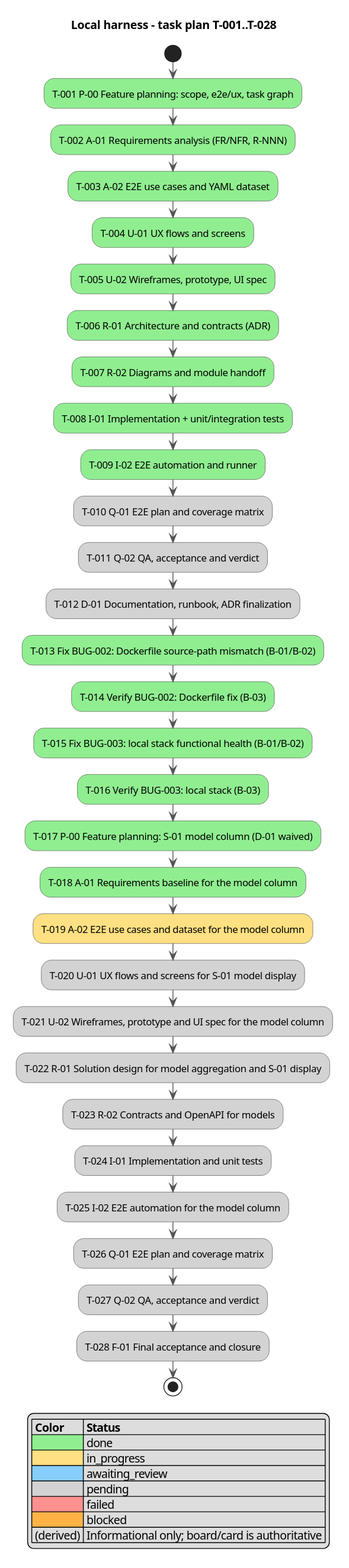
This is docs/activity.svg from serge-sasov/ai-task-tracker, a PlantUML export, as it was before one commit.
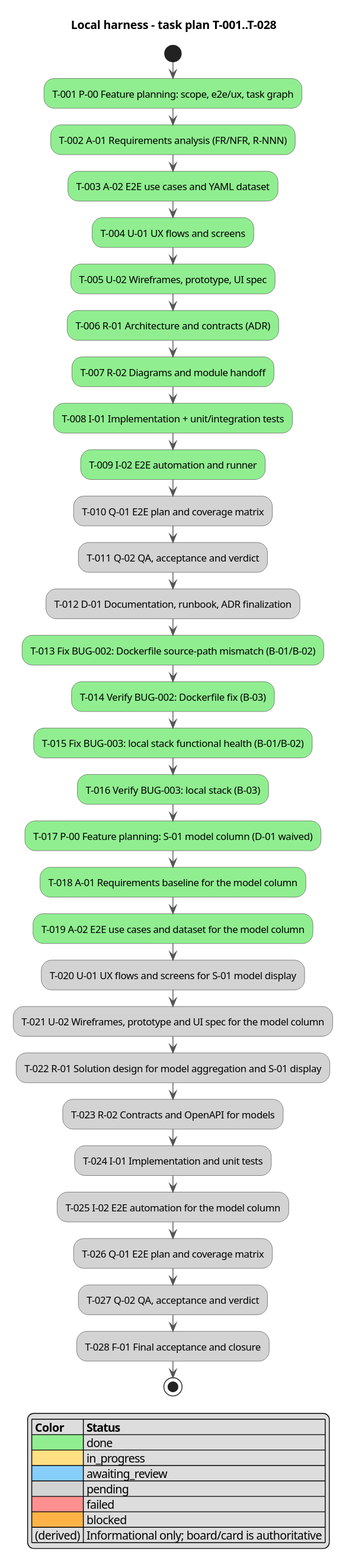
After the commit.

The edit, as a diff of the source:
```diff
@@ -24,7 +24,7 @@
 :T-016 Verify BUG-003: local stack (B-03); <<#90EE90>>
 :T-017 P-00 Feature planning: S-01 model column (D-01 waived); <<#90EE90>>
 :T-018 A-01 Requirements baseline for the model column; <<#90EE90>>
-:T-019 A-02 E2E use cases and dataset for the model column; <<#FFE082>>
+:T-019 A-02 E2E use cases and dataset for the model column; <<#90EE90>>
 :T-020 U-01 UX flows and screens for S-01 model display; <<#D3D3D3>>
 :T-021 U-02 Wireframes, prototype and UI spec for the model column; <<#D3D3D3>>
 :T-022 R-01 Solution design for model aggregation and S-01 display; <<#D3D3D3>>
```
